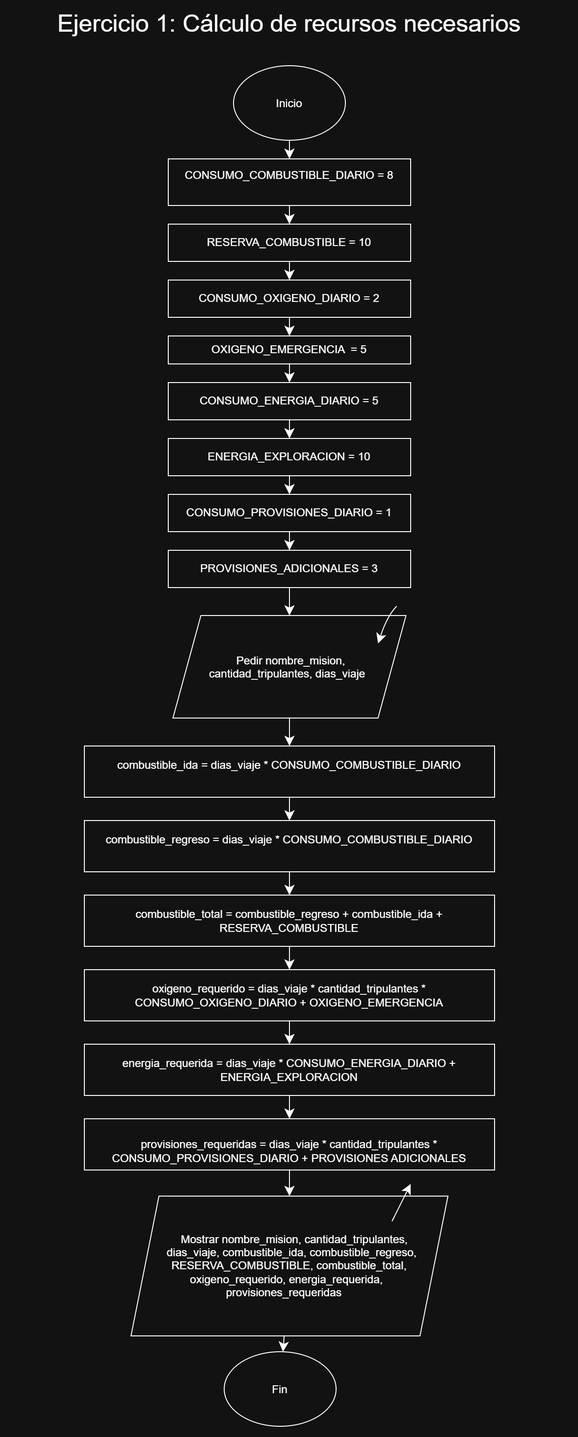
The draw.io diagram documentacion/ejercicio1_diagrama.png in julian26-salazar04/mision-orbita, before a commit. Source tidied: cells renumbered, new cells last; positions are measured from the earlier drawing's top-left corner, leaving out a move shared by most shapes. Source of this version:
```xml
<mxGraphModel>
  <root>
    <mxCell id="0" />
    <mxCell id="1" parent="0" />
    <mxCell id="2" value="Inicio&lt;div&gt;&lt;br/&gt;&lt;/div&gt;" style="ellipse;whiteSpace=wrap;html=1;shapeInside=1;" parent="1" vertex="1">
      <mxGeometry x="240" y="60" width="120" height="80" as="geometry" />
    </mxCell>
    <mxCell id="3" style="edgeStyle=none;curved=1;rounded=0;jettySize=auto;html=1;fontSize=12;startSize=8;endSize=8;" parent="1" edge="1" source="4" target="27">
      <mxGeometry relative="1" as="geometry" />
    </mxCell>
    <mxCell id="4" value="CONSUMO_COMBUSTIBLE_DIARIO = 8&lt;div&gt;&lt;br&gt;&lt;/div&gt;" style="rounded=0;whiteSpace=wrap;html=1;gradientColor=none;fillStyle=auto;" parent="1" vertex="1">
      <mxGeometry x="170" y="160" width="260" height="50" as="geometry" />
    </mxCell>
    <mxCell id="5" style="endArrow=classic;html=1;rounded=0;fontSize=12;startSize=8;endSize=8;curved=1;exitX=0.5;exitY=1;exitDx=0;exitDy=0;entryX=0.5;entryY=0;entryDx=0;entryDy=0;" parent="1" edge="1" source="2" target="4">
      <mxGeometry relative="1" as="geometry" />
    </mxCell>
    <mxCell id="6" style="edgeStyle=none;curved=1;rounded=0;jettySize=auto;html=1;fontSize=12;startSize=8;endSize=8;" parent="1" edge="1" source="7" target="10">
      <mxGeometry relative="1" as="geometry" />
    </mxCell>
    <mxCell id="7" value="Pedir nombre_mision, cantidad_tripulantes, dias_viaje&lt;div&gt;&lt;br&gt;&lt;/div&gt;" style="shape=parallelogram;perimeter=parallelogramPerimeter;whiteSpace=wrap;html=1;shapeInside=1;fixedSize=1;size=30;" parent="1" vertex="1">
      <mxGeometry x="175" y="650" width="250" height="110" as="geometry" />
    </mxCell>
    <mxCell id="8" style="endArrow=classic;html=1;rounded=0;fontSize=12;startSize=8;endSize=8;curved=1;" parent="1" edge="1">
      <mxGeometry relative="1" as="geometry">
        <mxPoint x="415" y="640" as="sourcePoint" />
        <mxPoint x="395" y="680" as="targetPoint" />
        <Array as="points">
          <mxPoint x="405" y="650" />
        </Array>
      </mxGeometry>
    </mxCell>
    <mxCell id="9" style="edgeStyle=none;curved=1;rounded=0;jettySize=auto;html=1;fontSize=12;startSize=8;endSize=8;" parent="1" edge="1" source="10" target="17">
      <mxGeometry relative="1" as="geometry" />
    </mxCell>
    <mxCell id="10" value="combustible_ida = dias_viaje * CONSUMO_COMBUSTIBLE_DIARIO&lt;div&gt;&lt;br&gt;&lt;/div&gt;" style="rounded=0;whiteSpace=wrap;html=1;gradientColor=none;fillStyle=auto;" parent="1" vertex="1">
      <mxGeometry x="80" y="790" width="440" height="55" as="geometry" />
    </mxCell>
    <mxCell id="11" style="edgeStyle=none;curved=1;rounded=0;jettySize=auto;html=1;fontSize=12;startSize=8;endSize=8;" parent="1" edge="1" source="12" target="14">
      <mxGeometry relative="1" as="geometry" />
    </mxCell>
    <mxCell id="12" value="Mostrar nombre_mision, cantidad_tripulantes, dias_viaje, combustible_ida, combustible_regreso, RESERVA_COMBUSTIBLE, combustible_total, oxigeno_requerido, energia_requerida, provisiones_requeridas" style="shape=parallelogram;perimeter=parallelogramPerimeter;whiteSpace=wrap;html=1;shapeInside=1;fixedSize=1;size=30;" parent="1" vertex="1">
      <mxGeometry x="130" y="1273" width="340" height="150" as="geometry" />
    </mxCell>
    <mxCell id="13" style="endArrow=classic;html=1;rounded=0;fontSize=12;startSize=8;endSize=8;curved=1;" parent="1" edge="1">
      <mxGeometry relative="1" as="geometry">
        <mxPoint x="410" y="1300" as="sourcePoint" />
        <mxPoint x="430" y="1260" as="targetPoint" />
      </mxGeometry>
    </mxCell>
    <mxCell id="14" value="&lt;div&gt;Fin&lt;/div&gt;" style="ellipse;whiteSpace=wrap;html=1;shapeInside=1;" parent="1" vertex="1">
      <mxGeometry x="230" y="1440" width="120" height="80" as="geometry" />
    </mxCell>
    <mxCell id="15" value="&lt;font style=&quot;font-size: 26px;&quot;&gt;Ejercicio 1: Cálculo de recursos necesarios&lt;/font&gt;" style="text;html=1;whiteSpace=wrap;strokeColor=none;fillColor=none;align=center;verticalAlign=middle;rounded=0;" parent="1" vertex="1">
      <mxGeometry width="600" height="30" as="geometry" />
    </mxCell>
    <mxCell id="16" style="edgeStyle=none;curved=1;rounded=0;jettySize=auto;html=1;fontSize=12;startSize=8;endSize=8;" parent="1" edge="1" source="17" target="19">
      <mxGeometry relative="1" as="geometry" />
    </mxCell>
    <mxCell id="17" value="&lt;div&gt;combustible_regreso = dias_viaje * CONSUMO_COMBUSTIBLE_DIARIO&lt;/div&gt;&lt;div&gt;&lt;br&gt;&lt;/div&gt;" style="rounded=0;whiteSpace=wrap;html=1;gradientColor=none;fillStyle=auto;" parent="1" vertex="1">
      <mxGeometry x="80" y="870" width="440" height="55" as="geometry" />
    </mxCell>
    <mxCell id="18" style="edgeStyle=none;curved=1;rounded=0;jettySize=auto;html=1;fontSize=12;startSize=8;endSize=8;" parent="1" edge="1" source="19" target="21">
      <mxGeometry relative="1" as="geometry" />
    </mxCell>
    <mxCell id="19" value="&lt;br&gt;&lt;div&gt;combustible_total = combustible_regreso + combustible_ida + RESERVA_COMBUSTIBLE&lt;/div&gt;&lt;div&gt;&lt;br&gt;&lt;/div&gt;" style="rounded=0;whiteSpace=wrap;html=1;gradientColor=none;fillStyle=auto;" parent="1" vertex="1">
      <mxGeometry x="80" y="950" width="440" height="55" as="geometry" />
    </mxCell>
    <mxCell id="20" style="edgeStyle=none;curved=1;rounded=0;jettySize=auto;html=1;fontSize=12;startSize=8;endSize=8;" parent="1" edge="1" source="21" target="23">
      <mxGeometry relative="1" as="geometry" />
    </mxCell>
    <mxCell id="21" value="&lt;br&gt;&lt;div&gt;oxigeno_requerido = dias_viaje * cantidad_tripulantes * CONSUMO_OXIGENO_DIARIO + OXIGENO_EMERGENCIA&lt;/div&gt;&lt;div&gt;&lt;br&gt;&lt;/div&gt;" style="rounded=0;whiteSpace=wrap;html=1;gradientColor=none;fillStyle=auto;" parent="1" vertex="1">
      <mxGeometry x="80" y="1030" width="440" height="55" as="geometry" />
    </mxCell>
    <mxCell id="22" style="edgeStyle=none;curved=1;rounded=0;jettySize=auto;html=1;fontSize=12;startSize=8;endSize=8;" parent="1" edge="1" source="23" target="25">
      <mxGeometry relative="1" as="geometry" />
    </mxCell>
    <mxCell id="23" value="&lt;br&gt;&lt;div&gt;energia_requerida = dias_viaje * CONSUMO_ENERGIA_DIARIO + ENERGIA_EXPLORACION&lt;/div&gt;&lt;div&gt;&lt;br&gt;&lt;/div&gt;" style="rounded=0;whiteSpace=wrap;html=1;gradientColor=none;fillStyle=auto;" parent="1" vertex="1">
      <mxGeometry x="80" y="1110" width="440" height="55" as="geometry" />
    </mxCell>
    <mxCell id="24" style="edgeStyle=none;curved=1;rounded=0;jettySize=auto;html=1;fontSize=12;startSize=8;endSize=8;" parent="1" edge="1" source="25" target="12">
      <mxGeometry relative="1" as="geometry" />
    </mxCell>
    <mxCell id="25" value="&lt;br&gt;&lt;div&gt;provisiones_requeridas = dias_viaje * cantidad_tripulantes * CONSUMO_PROVISIONES_DIARIO + PROVISIONES ADICIONALES&lt;/div&gt;" style="rounded=0;whiteSpace=wrap;html=1;gradientColor=none;fillStyle=auto;" parent="1" vertex="1">
      <mxGeometry x="80" y="1190" width="440" height="55" as="geometry" />
    </mxCell>
    <mxCell id="26" style="edgeStyle=none;curved=1;rounded=0;jettySize=auto;html=1;fontSize=12;startSize=8;endSize=8;exitX=0.5;exitY=1;exitDx=0;exitDy=0;entryX=0.5;entryY=0;entryDx=0;entryDy=0;" parent="1" edge="1" source="27" target="37">
      <mxGeometry relative="1" as="geometry" />
    </mxCell>
    <mxCell id="27" value="&lt;br&gt;&lt;div&gt;RESERVA_COMBUSTIBLE = 10&lt;/div&gt;&lt;div&gt;&lt;br&gt;&lt;/div&gt;" style="rounded=0;whiteSpace=wrap;html=1;gradientColor=none;fillStyle=auto;" parent="1" vertex="1">
      <mxGeometry x="170" y="230" width="260" height="40" as="geometry" />
    </mxCell>
    <mxCell id="28" style="edgeStyle=none;curved=1;rounded=0;jettySize=auto;html=1;fontSize=12;startSize=8;endSize=8;" parent="1" edge="1" source="29" target="39">
      <mxGeometry relative="1" as="geometry" />
    </mxCell>
    <mxCell id="29" value="&lt;br&gt;&lt;div&gt;CONSUMO_PROVISIONES_DIARIO = 1&lt;/div&gt;&lt;div&gt;&lt;br&gt;&lt;/div&gt;" style="rounded=0;whiteSpace=wrap;html=1;gradientColor=none;fillStyle=auto;" parent="1" vertex="1">
      <mxGeometry x="170" y="520" width="260" height="40" as="geometry" />
    </mxCell>
    <mxCell id="30" style="edgeStyle=none;curved=1;rounded=0;jettySize=auto;html=1;fontSize=12;startSize=8;endSize=8;" parent="1" edge="1" source="31" target="35">
      <mxGeometry relative="1" as="geometry" />
    </mxCell>
    <mxCell id="31" value="&lt;br&gt;&lt;div&gt;OXIGENO_EMERGENCIA&amp;nbsp; = 5&lt;/div&gt;&lt;div&gt;&lt;br&gt;&lt;/div&gt;" style="rounded=0;whiteSpace=wrap;html=1;gradientColor=none;fillStyle=auto;" parent="1" vertex="1">
      <mxGeometry x="170" y="350" width="260" height="30" as="geometry" />
    </mxCell>
    <mxCell id="32" style="edgeStyle=none;curved=1;rounded=0;jettySize=auto;html=1;fontSize=12;startSize=8;endSize=8;" parent="1" edge="1" source="33" target="29">
      <mxGeometry relative="1" as="geometry" />
    </mxCell>
    <mxCell id="33" value="&lt;br&gt;&lt;div&gt;ENERGIA_EXPLORACION = 10&lt;/div&gt;&lt;div&gt;&lt;br&gt;&lt;/div&gt;" style="rounded=0;whiteSpace=wrap;html=1;gradientColor=none;fillStyle=auto;" parent="1" vertex="1">
      <mxGeometry x="170" y="460" width="260" height="40" as="geometry" />
    </mxCell>
    <mxCell id="34" style="edgeStyle=none;curved=1;rounded=0;jettySize=auto;html=1;fontSize=12;startSize=8;endSize=8;" parent="1" edge="1" source="35" target="33">
      <mxGeometry relative="1" as="geometry" />
    </mxCell>
    <mxCell id="35" value="&lt;br&gt;&lt;div&gt;CONSUMO_ENERGIA_DIARIO = 5&lt;/div&gt;&lt;div&gt;&lt;br&gt;&lt;/div&gt;" style="rounded=0;whiteSpace=wrap;html=1;gradientColor=none;fillStyle=auto;" parent="1" vertex="1">
      <mxGeometry x="170" y="400" width="260" height="40" as="geometry" />
    </mxCell>
    <mxCell id="36" style="edgeStyle=none;curved=1;rounded=0;jettySize=auto;html=1;fontSize=12;startSize=8;endSize=8;" parent="1" edge="1" source="37" target="31">
      <mxGeometry relative="1" as="geometry" />
    </mxCell>
    <mxCell id="37" value="&lt;br&gt;&lt;div&gt;CONSUMO_OXIGENO_DIARIO = 2&lt;/div&gt;&lt;div&gt;&lt;br&gt;&lt;/div&gt;" style="rounded=0;whiteSpace=wrap;html=1;gradientColor=none;fillStyle=auto;" parent="1" vertex="1">
      <mxGeometry x="170" y="290" width="260" height="40" as="geometry" />
    </mxCell>
    <mxCell id="38" style="edgeStyle=none;curved=1;rounded=0;jettySize=auto;html=1;fontSize=12;startSize=8;endSize=8;" parent="1" edge="1" source="39" target="7">
      <mxGeometry relative="1" as="geometry" />
    </mxCell>
    <mxCell id="39" value="&lt;div&gt;PROVISIONES_ADICIONALES = 3&lt;/div&gt;" style="rounded=0;whiteSpace=wrap;html=1;gradientColor=none;fillStyle=auto;" parent="1" vertex="1">
      <mxGeometry x="170" y="580" width="260" height="40" as="geometry" />
    </mxCell>
  </root>
</mxGraphModel>
```
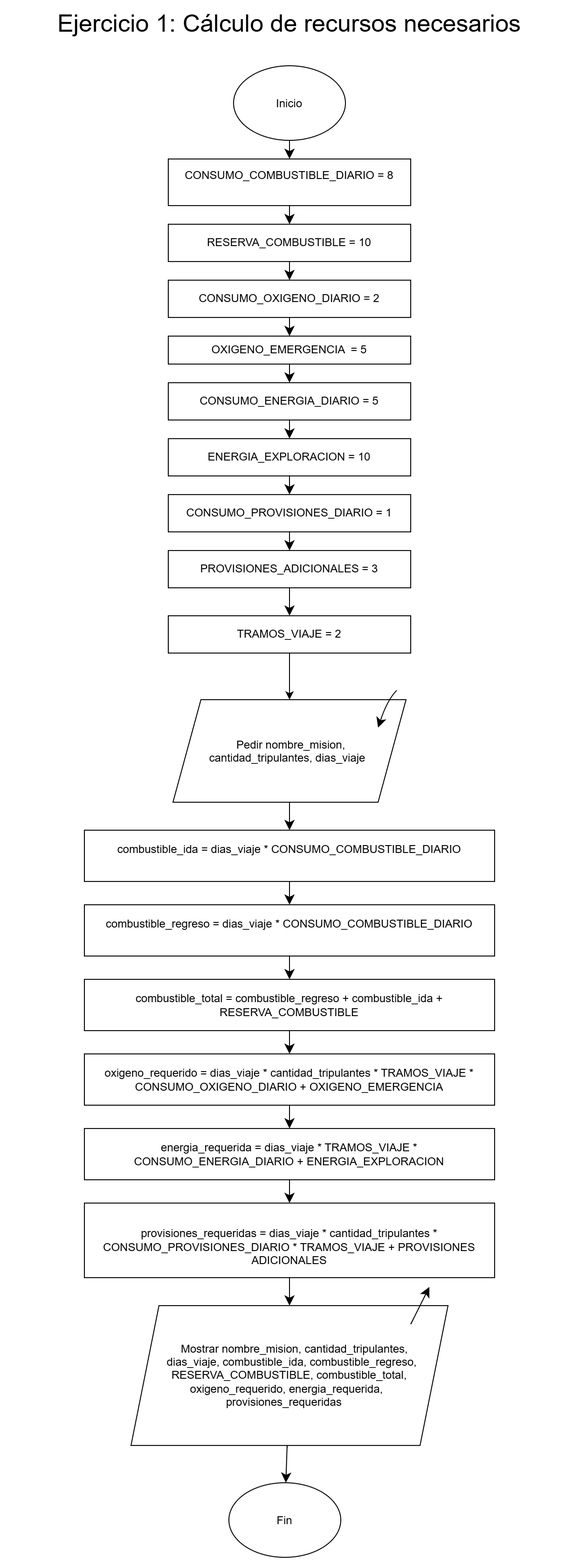
Later version of the same file.

Diff of the diagram source:
```diff
@@ -18,14 +18,14 @@
       <mxGeometry relative="1" as="geometry" />
     </mxCell>
     <mxCell id="7" value="Pedir nombre_mision, cantidad_tripulantes, dias_viaje&lt;div&gt;&lt;br&gt;&lt;/div&gt;" style="shape=parallelogram;perimeter=parallelogramPerimeter;whiteSpace=wrap;html=1;shapeInside=1;fixedSize=1;size=30;" parent="1" vertex="1">
-      <mxGeometry x="175" y="650" width="250" height="110" as="geometry" />
+      <mxGeometry x="175" y="740" width="250" height="110" as="geometry" />
     </mxCell>
     <mxCell id="8" style="endArrow=classic;html=1;rounded=0;fontSize=12;startSize=8;endSize=8;curved=1;" parent="1" edge="1">
       <mxGeometry relative="1" as="geometry">
-        <mxPoint x="415" y="640" as="sourcePoint" />
-        <mxPoint x="395" y="680" as="targetPoint" />
+        <mxPoint x="415" y="730" as="sourcePoint" />
+        <mxPoint x="395" y="770" as="targetPoint" />
         <Array as="points">
-          <mxPoint x="405" y="650" />
+          <mxPoint x="405" y="740" />
         </Array>
       </mxGeometry>
     </mxCell>
@@ -33,22 +33,22 @@
       <mxGeometry relative="1" as="geometry" />
     </mxCell>
     <mxCell id="10" value="combustible_ida = dias_viaje * CONSUMO_COMBUSTIBLE_DIARIO&lt;div&gt;&lt;br&gt;&lt;/div&gt;" style="rounded=0;whiteSpace=wrap;html=1;gradientColor=none;fillStyle=auto;" parent="1" vertex="1">
-      <mxGeometry x="80" y="790" width="440" height="55" as="geometry" />
+      <mxGeometry x="80" y="880" width="440" height="55" as="geometry" />
     </mxCell>
     <mxCell id="11" style="edgeStyle=none;curved=1;rounded=0;jettySize=auto;html=1;fontSize=12;startSize=8;endSize=8;" parent="1" edge="1" source="12" target="14">
       <mxGeometry relative="1" as="geometry" />
     </mxCell>
     <mxCell id="12" value="Mostrar nombre_mision, cantidad_tripulantes, dias_viaje, combustible_ida, combustible_regreso, RESERVA_COMBUSTIBLE, combustible_total, oxigeno_requerido, energia_requerida, provisiones_requeridas" style="shape=parallelogram;perimeter=parallelogramPerimeter;whiteSpace=wrap;html=1;shapeInside=1;fixedSize=1;size=30;" parent="1" vertex="1">
-      <mxGeometry x="130" y="1273" width="340" height="150" as="geometry" />
+      <mxGeometry x="130" y="1390" width="340" height="150" as="geometry" />
     </mxCell>
     <mxCell id="13" style="endArrow=classic;html=1;rounded=0;fontSize=12;startSize=8;endSize=8;curved=1;" parent="1" edge="1">
       <mxGeometry relative="1" as="geometry">
-        <mxPoint x="410" y="1300" as="sourcePoint" />
-        <mxPoint x="430" y="1260" as="targetPoint" />
+        <mxPoint x="430" y="1410" as="sourcePoint" />
+        <mxPoint x="450" y="1370" as="targetPoint" />
       </mxGeometry>
     </mxCell>
     <mxCell id="14" value="&lt;div&gt;Fin&lt;/div&gt;" style="ellipse;whiteSpace=wrap;html=1;shapeInside=1;" parent="1" vertex="1">
-      <mxGeometry x="230" y="1440" width="120" height="80" as="geometry" />
+      <mxGeometry x="235" y="1580" width="120" height="80" as="geometry" />
     </mxCell>
     <mxCell id="15" value="&lt;font style=&quot;font-size: 26px;&quot;&gt;Ejercicio 1: Cálculo de recursos necesarios&lt;/font&gt;" style="text;html=1;whiteSpace=wrap;strokeColor=none;fillColor=none;align=center;verticalAlign=middle;rounded=0;" parent="1" vertex="1">
       <mxGeometry width="600" height="30" as="geometry" />
@@ -57,31 +57,31 @@
       <mxGeometry relative="1" as="geometry" />
     </mxCell>
     <mxCell id="17" value="&lt;div&gt;combustible_regreso = dias_viaje * CONSUMO_COMBUSTIBLE_DIARIO&lt;/div&gt;&lt;div&gt;&lt;br&gt;&lt;/div&gt;" style="rounded=0;whiteSpace=wrap;html=1;gradientColor=none;fillStyle=auto;" parent="1" vertex="1">
-      <mxGeometry x="80" y="870" width="440" height="55" as="geometry" />
+      <mxGeometry x="80" y="960" width="440" height="55" as="geometry" />
     </mxCell>
     <mxCell id="18" style="edgeStyle=none;curved=1;rounded=0;jettySize=auto;html=1;fontSize=12;startSize=8;endSize=8;" parent="1" edge="1" source="19" target="21">
       <mxGeometry relative="1" as="geometry" />
     </mxCell>
     <mxCell id="19" value="&lt;br&gt;&lt;div&gt;combustible_total = combustible_regreso + combustible_ida + RESERVA_COMBUSTIBLE&lt;/div&gt;&lt;div&gt;&lt;br&gt;&lt;/div&gt;" style="rounded=0;whiteSpace=wrap;html=1;gradientColor=none;fillStyle=auto;" parent="1" vertex="1">
-      <mxGeometry x="80" y="950" width="440" height="55" as="geometry" />
+      <mxGeometry x="80" y="1040" width="440" height="55" as="geometry" />
     </mxCell>
     <mxCell id="20" style="edgeStyle=none;curved=1;rounded=0;jettySize=auto;html=1;fontSize=12;startSize=8;endSize=8;" parent="1" edge="1" source="21" target="23">
       <mxGeometry relative="1" as="geometry" />
     </mxCell>
-    <mxCell id="21" value="&lt;br&gt;&lt;div&gt;oxigeno_requerido = dias_viaje * cantidad_tripulantes * CONSUMO_OXIGENO_DIARIO + OXIGENO_EMERGENCIA&lt;/div&gt;&lt;div&gt;&lt;br&gt;&lt;/div&gt;" style="rounded=0;whiteSpace=wrap;html=1;gradientColor=none;fillStyle=auto;" parent="1" vertex="1">
-      <mxGeometry x="80" y="1030" width="440" height="55" as="geometry" />
+    <mxCell id="21" value="&lt;br&gt;&lt;div&gt;oxigeno_requerido = dias_viaje * cantidad_tripulantes * TRAMOS_VIAJE * CONSUMO_OXIGENO_DIARIO + OXIGENO_EMERGENCIA&lt;/div&gt;&lt;div&gt;&lt;br&gt;&lt;/div&gt;" style="rounded=0;whiteSpace=wrap;html=1;gradientColor=none;fillStyle=auto;" parent="1" vertex="1">
+      <mxGeometry x="80" y="1120" width="440" height="55" as="geometry" />
     </mxCell>
     <mxCell id="22" style="edgeStyle=none;curved=1;rounded=0;jettySize=auto;html=1;fontSize=12;startSize=8;endSize=8;" parent="1" edge="1" source="23" target="25">
       <mxGeometry relative="1" as="geometry" />
     </mxCell>
-    <mxCell id="23" value="&lt;br&gt;&lt;div&gt;energia_requerida = dias_viaje * CONSUMO_ENERGIA_DIARIO + ENERGIA_EXPLORACION&lt;/div&gt;&lt;div&gt;&lt;br&gt;&lt;/div&gt;" style="rounded=0;whiteSpace=wrap;html=1;gradientColor=none;fillStyle=auto;" parent="1" vertex="1">
-      <mxGeometry x="80" y="1110" width="440" height="55" as="geometry" />
+    <mxCell id="23" value="&lt;br&gt;&lt;div&gt;energia_requerida = dias_viaje * TRAMOS_VIAJE * CONSUMO_ENERGIA_DIARIO + ENERGIA_EXPLORACION&lt;/div&gt;&lt;div&gt;&lt;br&gt;&lt;/div&gt;" style="rounded=0;whiteSpace=wrap;html=1;gradientColor=none;fillStyle=auto;" parent="1" vertex="1">
+      <mxGeometry x="80" y="1200" width="440" height="55" as="geometry" />
     </mxCell>
     <mxCell id="24" style="edgeStyle=none;curved=1;rounded=0;jettySize=auto;html=1;fontSize=12;startSize=8;endSize=8;" parent="1" edge="1" source="25" target="12">
       <mxGeometry relative="1" as="geometry" />
     </mxCell>
-    <mxCell id="25" value="&lt;br&gt;&lt;div&gt;provisiones_requeridas = dias_viaje * cantidad_tripulantes * CONSUMO_PROVISIONES_DIARIO + PROVISIONES ADICIONALES&lt;/div&gt;" style="rounded=0;whiteSpace=wrap;html=1;gradientColor=none;fillStyle=auto;" parent="1" vertex="1">
-      <mxGeometry x="80" y="1190" width="440" height="55" as="geometry" />
+    <mxCell id="25" value="&lt;br&gt;&lt;div&gt;provisiones_requeridas = dias_viaje * cantidad_tripulantes * CONSUMO_PROVISIONES_DIARIO * TRAMOS_VIAJE + PROVISIONES ADICIONALES&lt;/div&gt;" style="rounded=0;whiteSpace=wrap;html=1;gradientColor=none;fillStyle=auto;" parent="1" vertex="1">
+      <mxGeometry x="80" y="1280" width="440" height="80" as="geometry" />
     </mxCell>
     <mxCell id="26" style="edgeStyle=none;curved=1;rounded=0;jettySize=auto;html=1;fontSize=12;startSize=8;endSize=8;exitX=0.5;exitY=1;exitDx=0;exitDy=0;entryX=0.5;entryY=0;entryDx=0;entryDy=0;" parent="1" edge="1" source="27" target="37">
       <mxGeometry relative="1" as="geometry" />
@@ -119,11 +119,17 @@
     <mxCell id="37" value="&lt;br&gt;&lt;div&gt;CONSUMO_OXIGENO_DIARIO = 2&lt;/div&gt;&lt;div&gt;&lt;br&gt;&lt;/div&gt;" style="rounded=0;whiteSpace=wrap;html=1;gradientColor=none;fillStyle=auto;" parent="1" vertex="1">
       <mxGeometry x="170" y="290" width="260" height="40" as="geometry" />
     </mxCell>
-    <mxCell id="38" style="edgeStyle=none;curved=1;rounded=0;jettySize=auto;html=1;fontSize=12;startSize=8;endSize=8;" parent="1" edge="1" source="39" target="7">
+    <mxCell id="38" style="edgeStyle=none;curved=1;rounded=0;jettySize=auto;html=1;fontSize=12;startSize=8;endSize=8;entryX=0.5;entryY=0;entryDx=0;entryDy=0;" parent="1" edge="1" source="39" target="41">
       <mxGeometry relative="1" as="geometry" />
     </mxCell>
     <mxCell id="39" value="&lt;div&gt;PROVISIONES_ADICIONALES = 3&lt;/div&gt;" style="rounded=0;whiteSpace=wrap;html=1;gradientColor=none;fillStyle=auto;" parent="1" vertex="1">
       <mxGeometry x="170" y="580" width="260" height="40" as="geometry" />
     </mxCell>
+    <mxCell id="40" style="edgeStyle=orthogonalEdgeStyle;rounded=0;jettySize=auto;html=1;" parent="1" edge="1" source="41" target="7">
+      <mxGeometry relative="1" as="geometry" />
+    </mxCell>
+    <mxCell id="41" value="&lt;div&gt;TRAMOS_VIAJE = 2&lt;/div&gt;" style="rounded=0;whiteSpace=wrap;html=1;gradientColor=none;fillStyle=auto;" parent="1" vertex="1">
+      <mxGeometry x="170" y="650" width="260" height="40" as="geometry" />
+    </mxCell>
   </root>
 </mxGraphModel>
```
